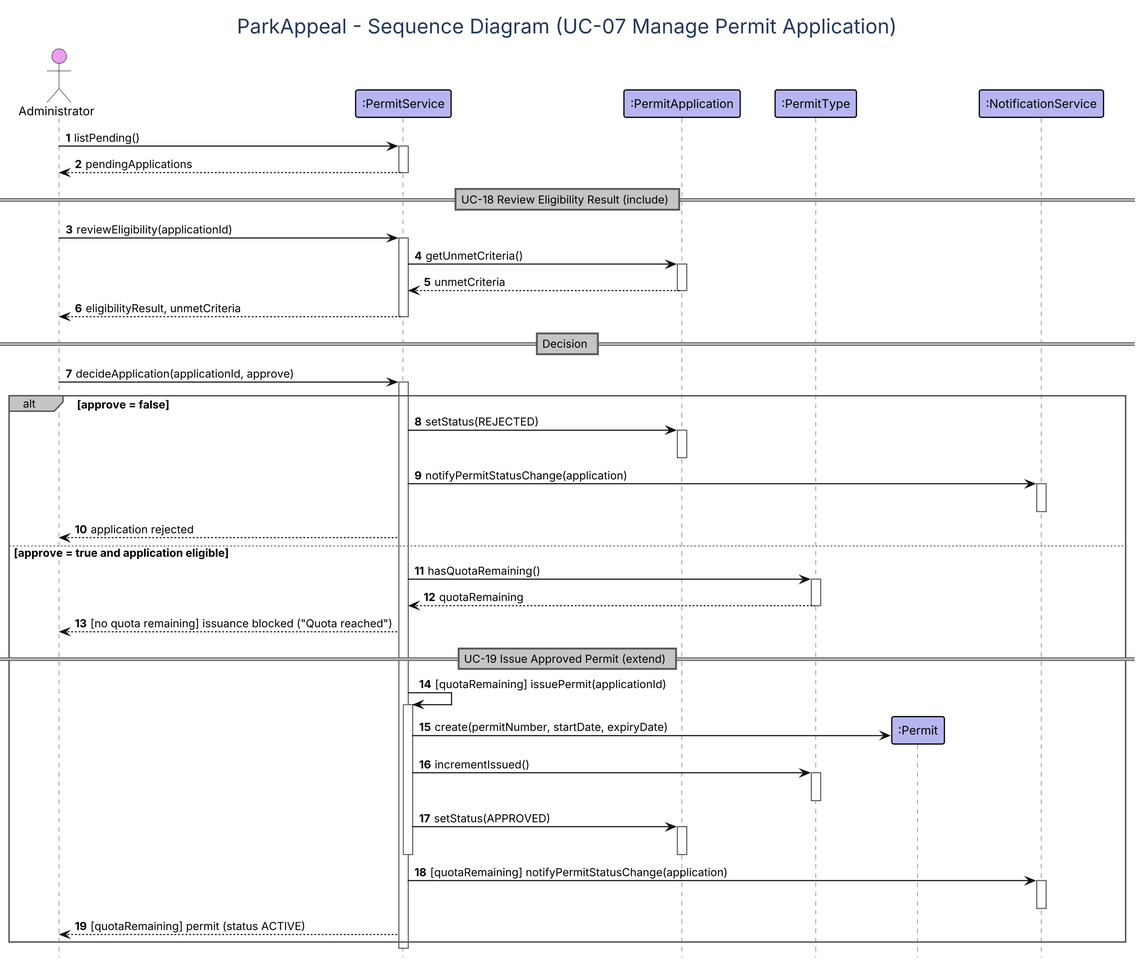
Above: Project/Behavioral_Modeling/Sequence_Diagrams/UC-07_Manage_Permit_Application.png in COE420-Team-6/ParkAppeal (PlantUML), before the change.
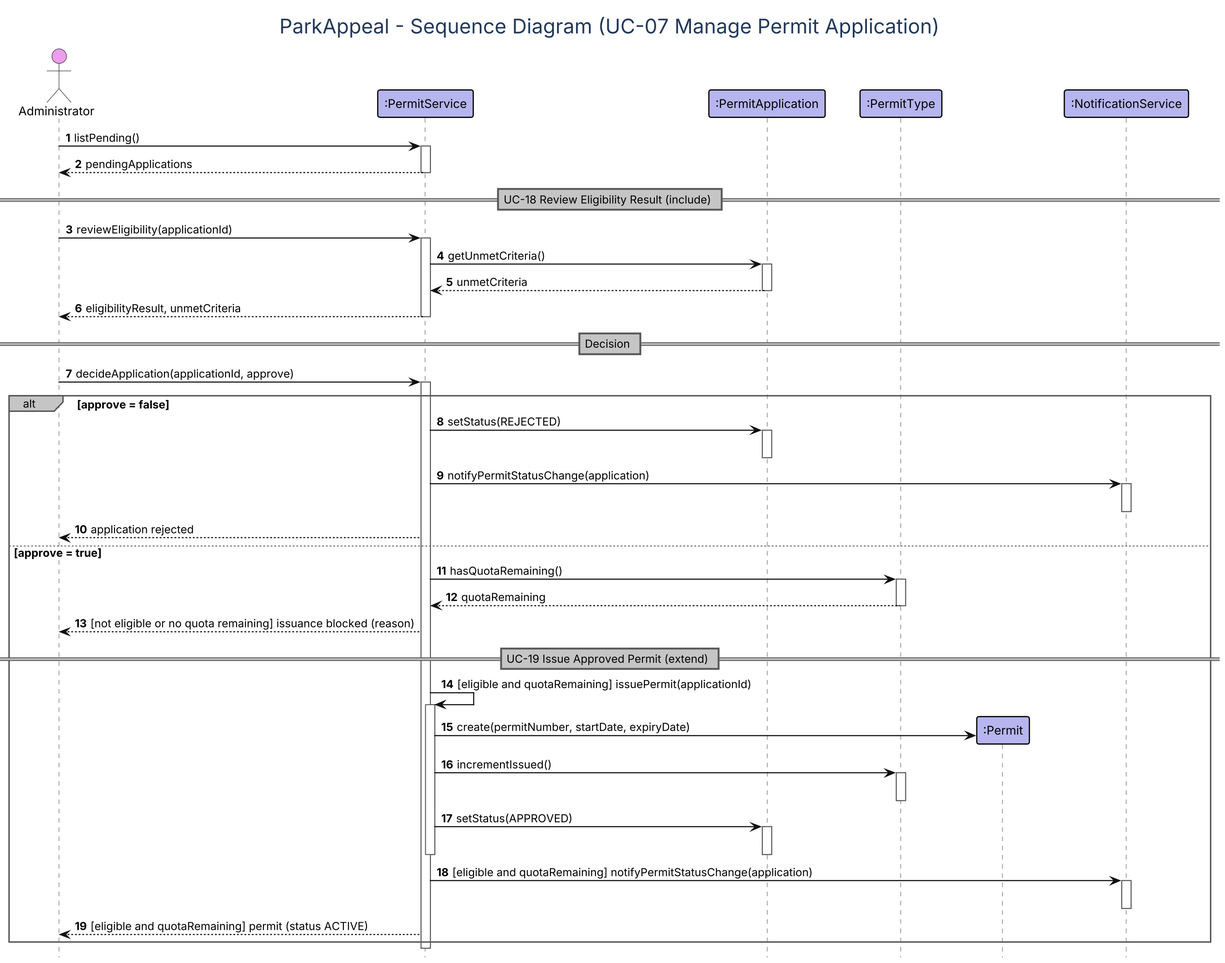
After the commit.

The edit, as a diff of the source:
```diff
@@ -54,12 +54,12 @@
   PS -> NS ++ : notifyPermitStatusChange(application)
   deactivate NS
   PS --> AD : application rejected
-else approve = true and application eligible
+else approve = true
   PS -> PT ++ : hasQuotaRemaining()
   PT --> PS -- : quotaRemaining
-  PS --> AD : [no quota remaining] issuance blocked ("Quota reached")
+  PS --> AD : [not eligible or no quota remaining] issuance blocked (reason)
   == UC-19 Issue Approved Permit (extend) ==
-  PS -> PS ++ : [quotaRemaining] issuePermit(applicationId)
+  PS -> PS ++ : [eligible and quotaRemaining] issuePermit(applicationId)
   create PM
   PS -> PM : create(permitNumber, startDate, expiryDate)
   PS -> PT ++ : incrementIssued()
@@ -67,9 +67,9 @@
   PS -> PA ++ : setStatus(APPROVED)
   deactivate PA
   deactivate PS
-  PS -> NS ++ : [quotaRemaining] notifyPermitStatusChange(application)
+  PS -> NS ++ : [eligible and quotaRemaining] notifyPermitStatusChange(application)
   deactivate NS
-  PS --> AD : [quotaRemaining] permit (status ACTIVE)
+  PS --> AD : [eligible and quotaRemaining] permit (status ACTIVE)
 end
 deactivate PS
 @enduml
```
